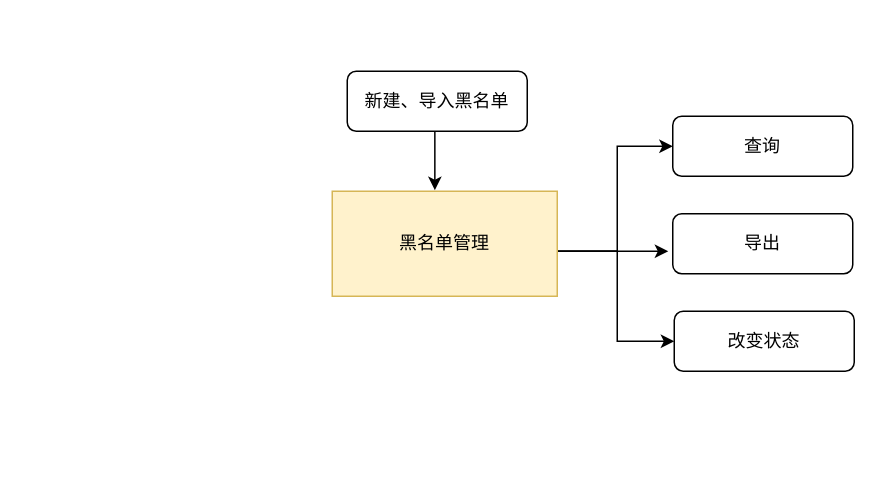
Earlier version of the draw.io diagram 黑名单管理业务流程.drawio (pbm0802/GitIDEATest). Source tidied: cells renumbered, new cells numbered last; positions are measured from the earlier drawing's top-left corner, leaving out a move shared by most shapes. Both pictures are drawn from the tidied source at 150%, with x=0, y=0 at pixel (332, 70).
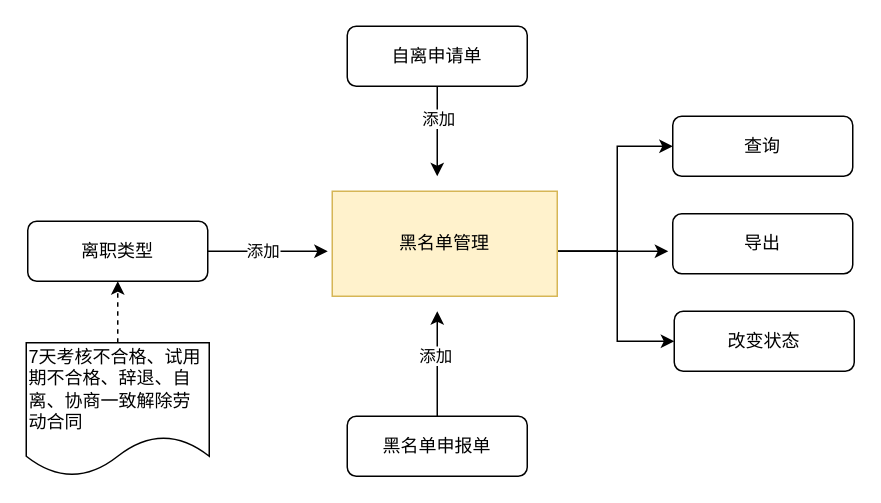
After the change.

Commit message:
更新黑名单管理业务流程.drawio

The change refers to these unchanged cells:
```xml
<mxCell id="7" value="黑名单管理" style="rounded=0;whiteSpace=wrap;html=1;fillColor=#fff2cc;strokeColor=#d6b656;" parent="1" vertex="1">
  <mxGeometry y="80" width="150" height="70" as="geometry" />
</mxCell>
```

The edit, as a diff of the source:
```diff
@@
-    <mxCell id="2" style="edgeStyle=orthogonalEdgeStyle;rounded=0;jettySize=auto;html=1;exitX=0.5;exitY=1;exitDx=0;exitDy=0;entryX=0.456;entryY=-0.01;entryDx=0;entryDy=0;entryPerimeter=0;" parent="1" edge="1" source="3" target="7">
-      <mxGeometry relative="1" as="geometry" />
-    </mxCell>
+    <mxCell id="11" style="edgeStyle=orthogonalEdgeStyle;rounded=0;jettySize=auto;html=1;exitX=0.5;exitY=1;exitDx=0;exitDy=0;" parent="1" edge="1" source="3">
+      <mxGeometry relative="1" as="geometry">
+        <mxPoint x="70" y="70" as="targetPoint" />
+      </mxGeometry>
+    </mxCell>
+    <mxCell id="12" value="添加" style="edgeLabel;html=1;align=center;verticalAlign=middle;" parent="11" vertex="1">
+      <mxGeometry x="-0.29" relative="1" as="geometry" />
+    </mxCell>
-    <mxCell id="3" value="新建、导入黑名单" style="rounded=1;whiteSpace=wrap;html=1;fontSize=12;glass=0;strokeWidth=1;shadow=0;" parent="1" vertex="1">
-      <mxGeometry x="10" width="120" height="40" as="geometry" />
+    <mxCell id="3" value="自离申请单" style="rounded=1;whiteSpace=wrap;html=1;fontSize=12;glass=0;strokeWidth=1;shadow=0;" parent="1" vertex="1">
+      <mxGeometry x="10" y="-30" width="120" height="40" as="geometry" />
     </mxCell>
@@
+    <mxCell id="13" style="edgeStyle=orthogonalEdgeStyle;rounded=0;jettySize=auto;html=1;exitX=1;exitY=0.5;exitDx=0;exitDy=0;" parent="1" edge="1" source="15">
+      <mxGeometry relative="1" as="geometry">
+        <mxPoint x="-3" y="120" as="targetPoint" />
+      </mxGeometry>
+    </mxCell>
+    <mxCell id="14" value="添加" style="edgeLabel;html=1;align=center;verticalAlign=middle;" parent="13" vertex="1">
+      <mxGeometry x="-0.11" y="1" relative="1" as="geometry" />
+    </mxCell>
+    <mxCell id="15" value="离职类型" style="rounded=1;whiteSpace=wrap;html=1;fontSize=12;glass=0;strokeWidth=1;shadow=0;" parent="1" vertex="1">
+      <mxGeometry x="-203" y="100" width="120" height="40" as="geometry" />
+    </mxCell>
+    <mxCell id="16" style="edgeStyle=orthogonalEdgeStyle;rounded=0;jettySize=auto;html=1;exitX=0.5;exitY=0;exitDx=0;exitDy=0;" parent="1" edge="1" source="18">
+      <mxGeometry relative="1" as="geometry">
+        <mxPoint x="70" y="160" as="targetPoint" />
+      </mxGeometry>
+    </mxCell>
+    <mxCell id="17" value="添加" style="edgeLabel;html=1;align=center;verticalAlign=middle;" parent="16" vertex="1">
+      <mxGeometry x="0.15" y="2" relative="1" as="geometry" />
+    </mxCell>
+    <mxCell id="18" value="黑名单申报单" style="rounded=1;whiteSpace=wrap;html=1;fontSize=12;glass=0;strokeWidth=1;shadow=0;" parent="1" vertex="1">
+      <mxGeometry x="10" y="230" width="120" height="40" as="geometry" />
+    </mxCell>
+    <mxCell id="19" style="edgeStyle=orthogonalEdgeStyle;rounded=0;jettySize=auto;html=1;exitX=0.5;exitY=0;exitDx=0;exitDy=0;entryX=0.5;entryY=1;entryDx=0;entryDy=0;dashed=1;" parent="1" edge="1" source="20" target="15">
+      <mxGeometry relative="1" as="geometry" />
+    </mxCell>
+    <mxCell id="20" value="&lt;p class=&quot;MsoNormal&quot;&gt;7天考核不合格、&lt;span style=&quot;background-color: initial;&quot;&gt;试用期不合格、辞退、自离、&lt;/span&gt;协商一致解除劳动合同&lt;/p&gt;" style="shape=document;whiteSpace=wrap;html=1;boundedLbl=1;align=left;" parent="1" vertex="1">
+      <mxGeometry x="-204" y="181" width="122" height="89" as="geometry" />
+    </mxCell>
```
